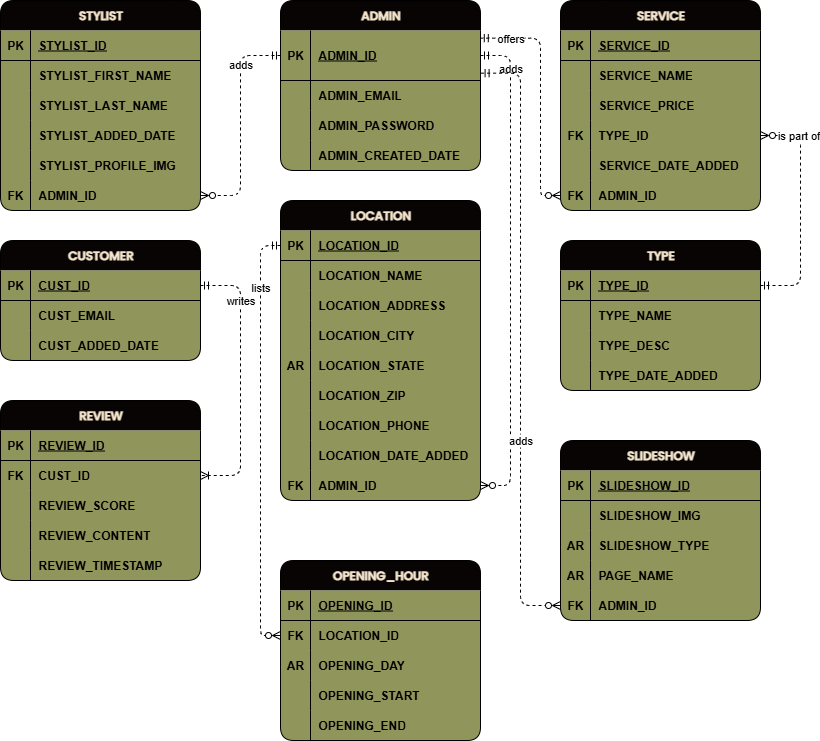
teruteruOuO/The-Hair-Collective keeps this draw.io diagram as documents/THC ERD.png. Above is the earlier version. Source tidied: cells renumbered, new cells last; positions are measured from the earlier drawing's top-left corner, leaving out a move shared by most shapes.
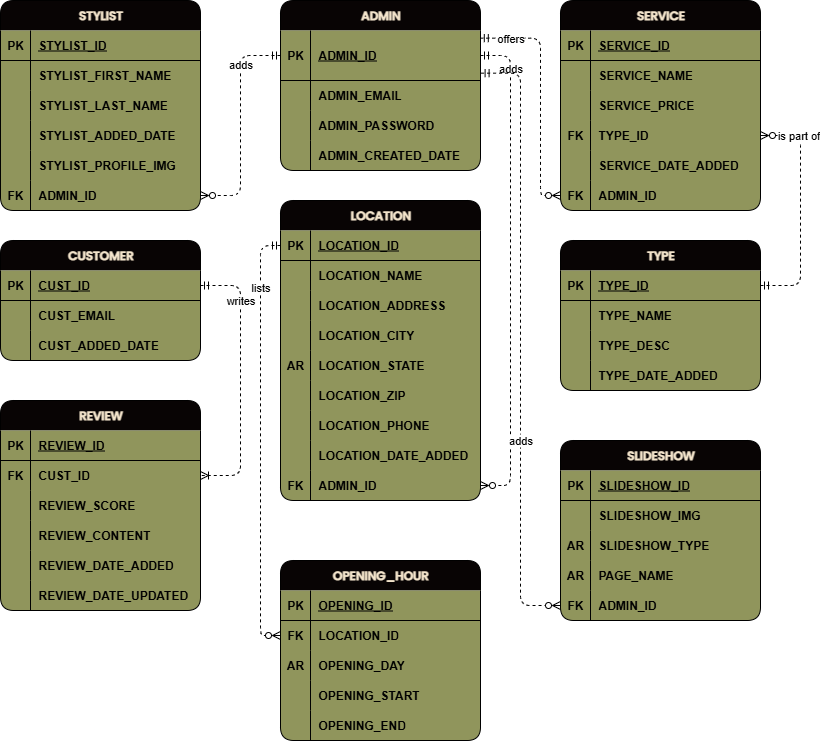
After the commit.

Commit message:
Added REST for User Review in the Frontend

Diff of the diagram source:
```diff
@@ -186,7 +186,7 @@
       <mxGeometry x="30" width="170" height="30" as="geometry" />
     </mxCell>
     <mxCell id="63" value="REVIEW" style="shape=table;startSize=30;rowLines=0;fontStyle=1;align=center;html=1;fillColor=#080404;fontColor=#F4E5CC;labelBackgroundColor=none;labelBorderColor=none;swimlaneFillColor=#90955C;rounded=1;shadow=0;fillStyle=auto;swimlaneLine=0;fontFamily=Poppins;fontSource=https%3A%2F%2Ffonts.googleapis.com%2Fcss%3Ffamily%3DPoppins;gradientColor=none;" parent="1" vertex="1">
-      <mxGeometry y="400" width="200" height="180" as="geometry" />
+      <mxGeometry y="400" width="200" height="210" as="geometry" />
     </mxCell>
     <mxCell id="64" style="shape=tableRow;horizontal=0;startSize=0;swimlaneHead=0;swimlaneBody=0;fillColor=none;top=0;left=0;right=0;bottom=1;swimlaneFillColor=#90955C;" parent="63" vertex="1">
       <mxGeometry y="30" width="200" height="30" as="geometry" />
@@ -230,9 +230,18 @@
     <mxCell id="77" style="shape=partialRectangle;fillColor=none;top=0;left=0;bottom=0;right=0;overflow=hidden;whiteSpace=wrap;html=1;swimlaneFillColor=#90955C;" parent="76" vertex="1">
       <mxGeometry width="30" height="30" as="geometry" />
     </mxCell>
-    <mxCell id="78" value="REVIEW_TIMESTAMP" style="shape=partialRectangle;fillColor=none;top=0;left=0;bottom=0;right=0;align=left;spacingLeft=6;overflow=hidden;whiteSpace=wrap;html=1;swimlaneFillColor=#90955C;fontStyle=1;" parent="76" vertex="1">
+    <mxCell id="78" value="REVIEW_DATE_ADDED" style="shape=partialRectangle;fillColor=none;top=0;left=0;bottom=0;right=0;align=left;spacingLeft=6;overflow=hidden;whiteSpace=wrap;html=1;swimlaneFillColor=#90955C;fontStyle=1;" parent="76" vertex="1">
       <mxGeometry x="30" width="170" height="30" as="geometry" />
     </mxCell>
+    <mxCell id="159" style="shape=tableRow;horizontal=0;startSize=0;swimlaneHead=0;swimlaneBody=0;fillColor=none;top=0;left=0;right=0;bottom=0;swimlaneFillColor=#90955C;" parent="63" vertex="1">
+      <mxGeometry y="180" width="200" height="30" as="geometry" />
+    </mxCell>
+    <mxCell id="160" style="shape=partialRectangle;fillColor=none;top=0;left=0;bottom=0;right=0;overflow=hidden;whiteSpace=wrap;html=1;swimlaneFillColor=#90955C;" parent="159" vertex="1">
+      <mxGeometry width="30" height="30" as="geometry" />
+    </mxCell>
+    <mxCell id="161" value="REVIEW_DATE_UPDATED" style="shape=partialRectangle;fillColor=none;top=0;left=0;bottom=0;right=0;align=left;spacingLeft=6;overflow=hidden;whiteSpace=wrap;html=1;swimlaneFillColor=#90955C;fontStyle=1;" parent="159" vertex="1">
+      <mxGeometry x="30" width="170" height="30" as="geometry" />
+    </mxCell>
     <mxCell id="79" value="LOCATION" style="shape=table;startSize=30;rowLines=0;fontStyle=1;align=center;html=1;fillColor=#080404;fontColor=#F4E5CC;labelBackgroundColor=none;labelBorderColor=none;swimlaneFillColor=#90955C;rounded=1;shadow=0;fillStyle=auto;swimlaneLine=0;fontFamily=Poppins;fontSource=https%3A%2F%2Ffonts.googleapis.com%2Fcss%3Ffamily%3DPoppins;gradientColor=none;" parent="1" vertex="1">
       <mxGeometry x="280" y="200" width="200" height="300" as="geometry" />
     </mxCell>
```
